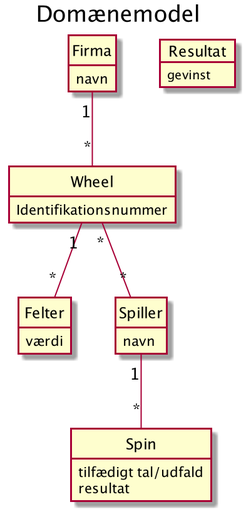
Above: Dokumentation/Domænemodel/Domain_Model_Meew-Domænemodel.png in ariktwena/Meew (PlantUML), before the change. Source of this version:
```plantuml
@startuml
Title Domænemodel

hide circle
hide methods

class Wheel {
    Identifikationsnummer
}

class Felter {
    værdi
}

class Spin {
    tilfædigt tal/udfald
    resultat
}

object Resultat {
    gevinst
}

class Spiller {
    navn
}

class Firma {
    navn
}



Firma "1" -- "*" Wheel
Wheel "1" -- "*" Felter
Wheel "*" -- "*" Spiller
Spiller "1" -- "*" Spin



@enduml
```
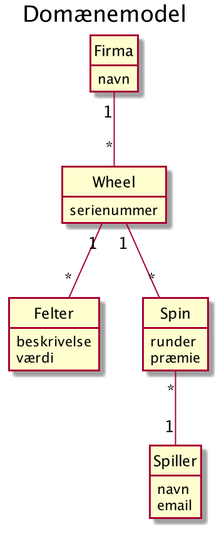
The same diagram one commit later.

What changed in the source:
```diff
@@ -5,24 +5,22 @@
 hide methods
 
 class Wheel {
-    Identifikationsnummer
+    serienummer
 }
 
 class Felter {
+    beskrivelse
     værdi
 }
 
 class Spin {
-    tilfædigt tal/udfald
-    resultat
-}
-
-object Resultat {
-    gevinst
+    runder
+    præmie
 }
 
 class Spiller {
     navn
+    email
 }
 
 class Firma {
@@ -33,8 +31,8 @@
 
 Firma "1" -- "*" Wheel
 Wheel "1" -- "*" Felter
-Wheel "*" -- "*" Spiller
-Spiller "1" -- "*" Spin
+Wheel "1" -- "*" Spin
+Spin "*" -- "1" Spiller
 
 
 
```
